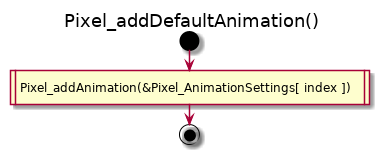
Above: doc/uml/Pixel_addDefaultAnimation.png in kluelogic/controller (PlantUML), before the change.
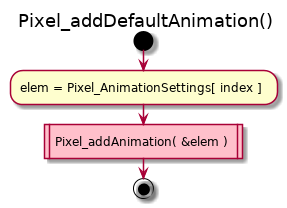
After the change.

The edit, as a diff of the source:
```diff
@@ -1,6 +1,7 @@
 @startuml
 title Pixel_addDefaultAnimation()
 start
-:Pixel_addAnimation(&Pixel_AnimationSettings[ index ])|
+:elem = Pixel_AnimationSettings[ index ];
+#Pink:Pixel_addAnimation( &elem )|
 stop
 @enduml
```
